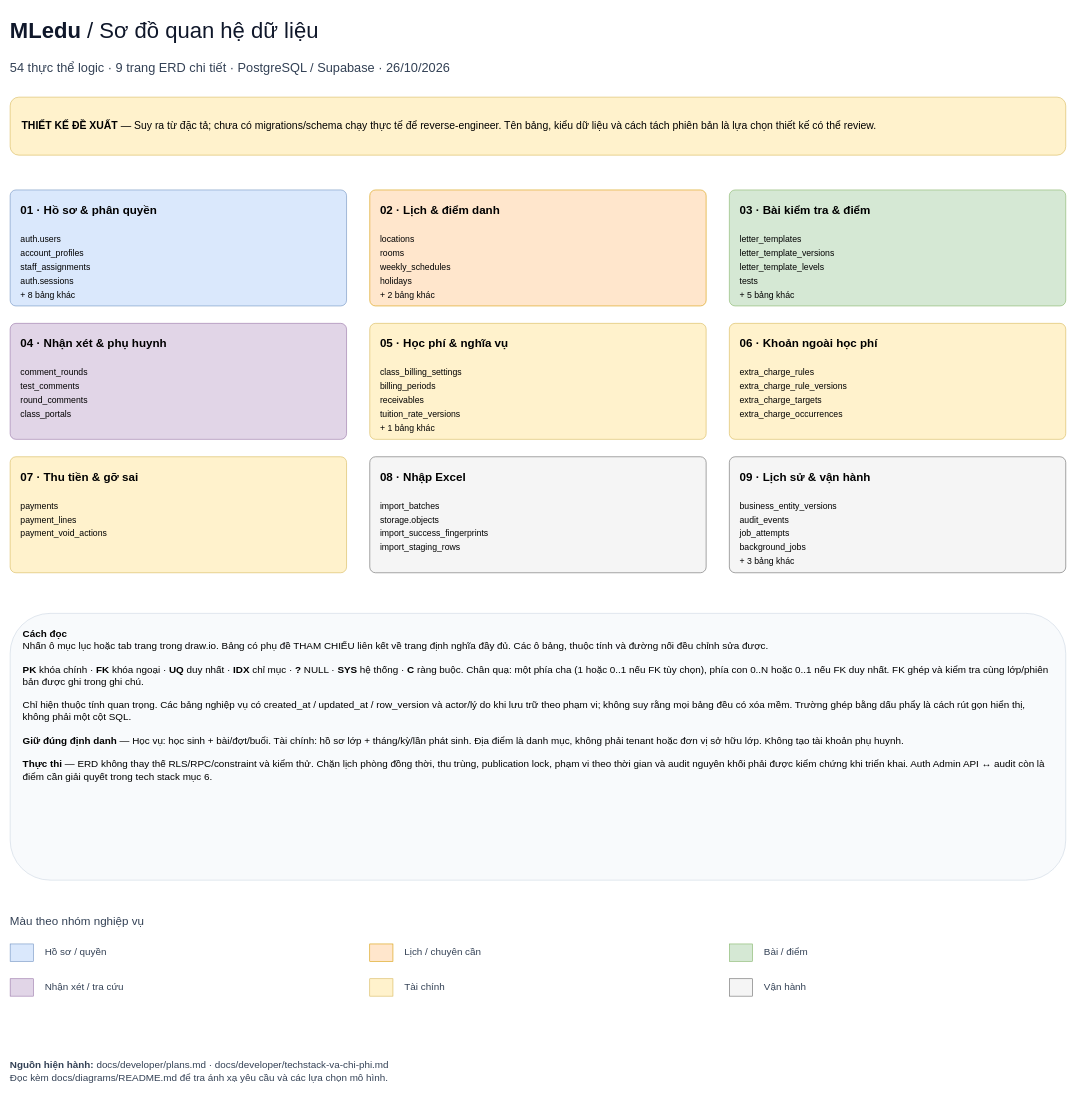
Earlier version of the draw.io diagram page "00 · Đọc ERD" (1 of 10) of docs/diagrams/architecture.drawio (tukitena/mledu). Source tidied: cells renumbered, new cells numbered last; positions are measured from the earlier drawing's top-left corner, leaving out a move shared by most shapes. Both pictures are drawn from the tidied source at 58%, with x=0, y=0 at pixel (10, 10).
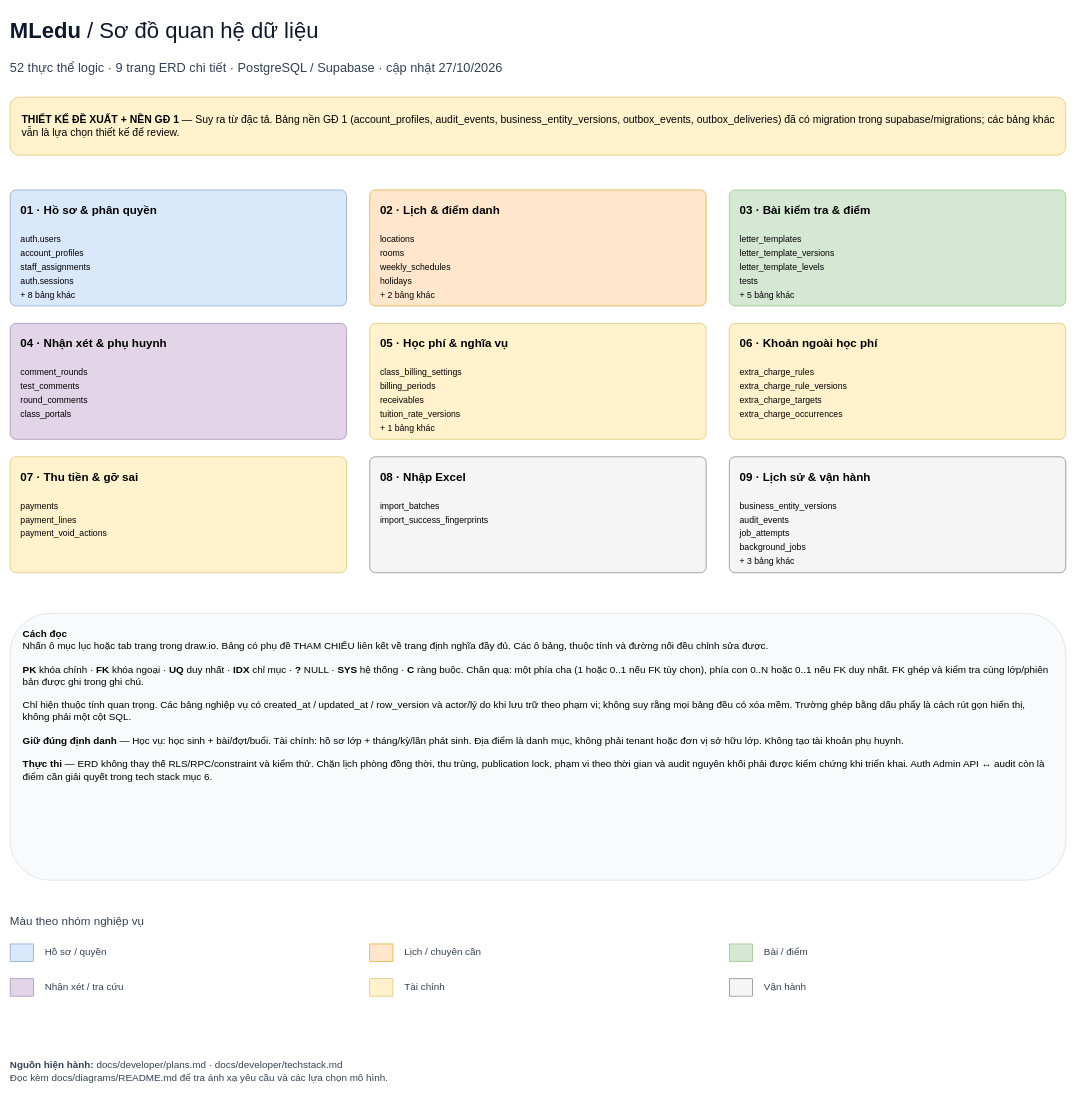
Above is the later version.

Diff of the diagram source:
```diff
@@
-    <mxCell id="3" value="54 thực thể logic · 9 trang ERD chi tiết · PostgreSQL / Supabase · 26/10/2026" style="text;html=1;whiteSpace=wrap;align=left;verticalAlign=middle;spacing=0;fontFamily=Arial;fontSize=22;fontColor=#334155;" parent="1" vertex="1">
+    <mxCell id="3" value="52 thực thể logic · 9 trang ERD chi tiết · PostgreSQL / Supabase · cập nhật 27/10/2026" style="text;html=1;whiteSpace=wrap;align=left;verticalAlign=middle;spacing=0;fontFamily=Arial;fontSize=22;fontColor=#334155;" parent="1" vertex="1">
       <mxGeometry y="80" width="1820" height="40" as="geometry" />
     </mxCell>
-    <mxCell id="4" value="&lt;b&gt;THIẾT KẾ ĐỀ XUẤT&lt;/b&gt; — Suy ra từ đặc tả; chưa có migrations/schema chạy thực tế để reverse-engineer. Tên bảng, kiểu dữ liệu và cách tách phiên bản là lựa chọn thiết kế có thể review." style="rounded=1;whiteSpace=wrap;html=1;spacing=20;align=left;fontFamily=Arial;fontSize=18;fillColor=#fff2cc;strokeColor=#d6b656;" parent="1" vertex="1">
+    <mxCell id="4" value="&lt;b&gt; THIẾT KẾ ĐỀ XUẤT + NỀN GĐ 1 &lt;/b&gt; — Suy ra từ đặc tả. Bảng nền GĐ 1 (account_profiles, audit_events, business_entity_versions, outbox_events, outbox_deliveries) đã có migration trong supabase/migrations; các bảng khác vẫn là lựa chọn thiết kế để review." style="rounded=1;whiteSpace=wrap;html=1;spacing=20;align=left;fontFamily=Arial;fontSize=18;fillColor=#fff2cc;strokeColor=#d6b656;" parent="1" vertex="1">
       <mxGeometry y="150" width="1820" height="100" as="geometry" />
     </mxCell>
@@
-    <mxCell id="12" value="&lt;b&gt;08 · Nhập Excel&lt;/b&gt;&lt;br&gt;&lt;br&gt;&lt;font style=&quot;font-size:15px&quot;&gt;import_batches&lt;br&gt;storage.objects&lt;br&gt;import_success_fingerprints&lt;br&gt;import_staging_rows&lt;/font&gt;" style="rounded=1;arcSize=5;whiteSpace=wrap;html=1;align=left;verticalAlign=top;spacing=18;fontFamily=Arial;fontSize=20;fillColor=#f5f5f5;strokeColor=#666666;" parent="1" vertex="1">
+    <mxCell id="12" value="&lt;b&gt;08 · Nhập Excel&lt;/b&gt;&lt;br&gt;&lt;br&gt;&lt;font style=&quot;font-size:15px&quot;&gt;import_batches&lt;br&gt;import_success_fingerprints&lt;/font&gt;" style="rounded=1;arcSize=5;whiteSpace=wrap;html=1;align=left;verticalAlign=top;spacing=18;fontFamily=Arial;fontSize=20;fillColor=#f5f5f5;strokeColor=#666666;" parent="1" vertex="1">
       <mxGeometry x="620" y="770" width="580" height="200" as="geometry" />
     </mxCell>
@@
-    <mxCell id="28" value="&lt;b&gt;Nguồn hiện hành:&lt;/b&gt; docs/developer/plans.md · docs/developer/techstack-va-chi-phi.md&lt;br&gt;Đọc kèm docs/diagrams/README.md để tra ánh xạ yêu cầu và các lựa chọn mô hình." style="text;html=1;whiteSpace=wrap;align=left;verticalAlign=middle;spacing=0;fontFamily=Arial;fontSize=17;fontColor=#334155;" parent="1" vertex="1">
+    <mxCell id="28" value="&lt;b&gt;Nguồn hiện hành:&lt;/b&gt; docs/developer/plans.md · docs/developer/techstack.md&lt;br&gt;Đọc kèm docs/diagrams/README.md để tra ánh xạ yêu cầu và các lựa chọn mô hình." style="text;html=1;whiteSpace=wrap;align=left;verticalAlign=middle;spacing=0;fontFamily=Arial;fontSize=17;fontColor=#334155;" parent="1" vertex="1">
       <mxGeometry y="1790" width="1820" height="80" as="geometry" />
     </mxCell>
```
